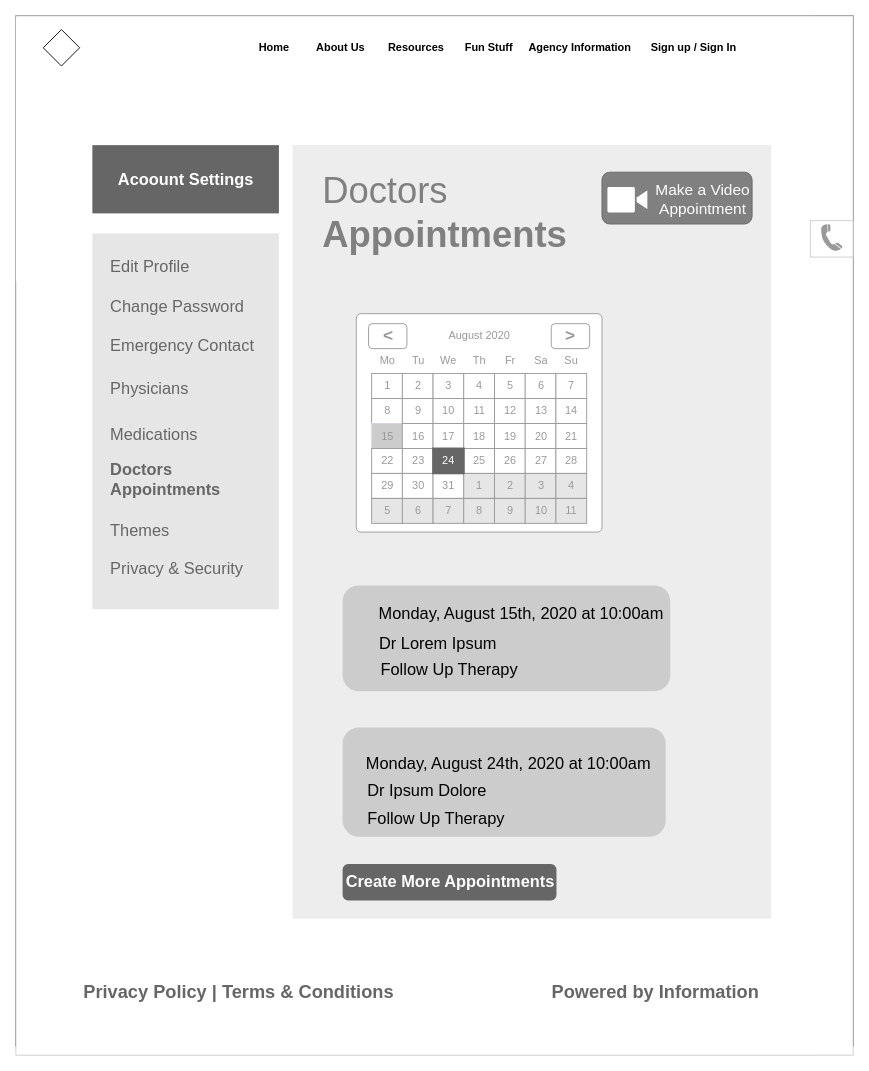
The draw.io diagram page "Page-3" (3 of 4) of CreateAcct.drawio in opeyemi-jonah/Ace-challenge, before the edit. Source tidied: cells renumbered, new cells numbered last; positions are measured from the earlier drawing's top-left corner, leaving out a move shared by most shapes. Both pictures are drawn from the tidied source at 91%, with x=0, y=0 at pixel (15, 15).
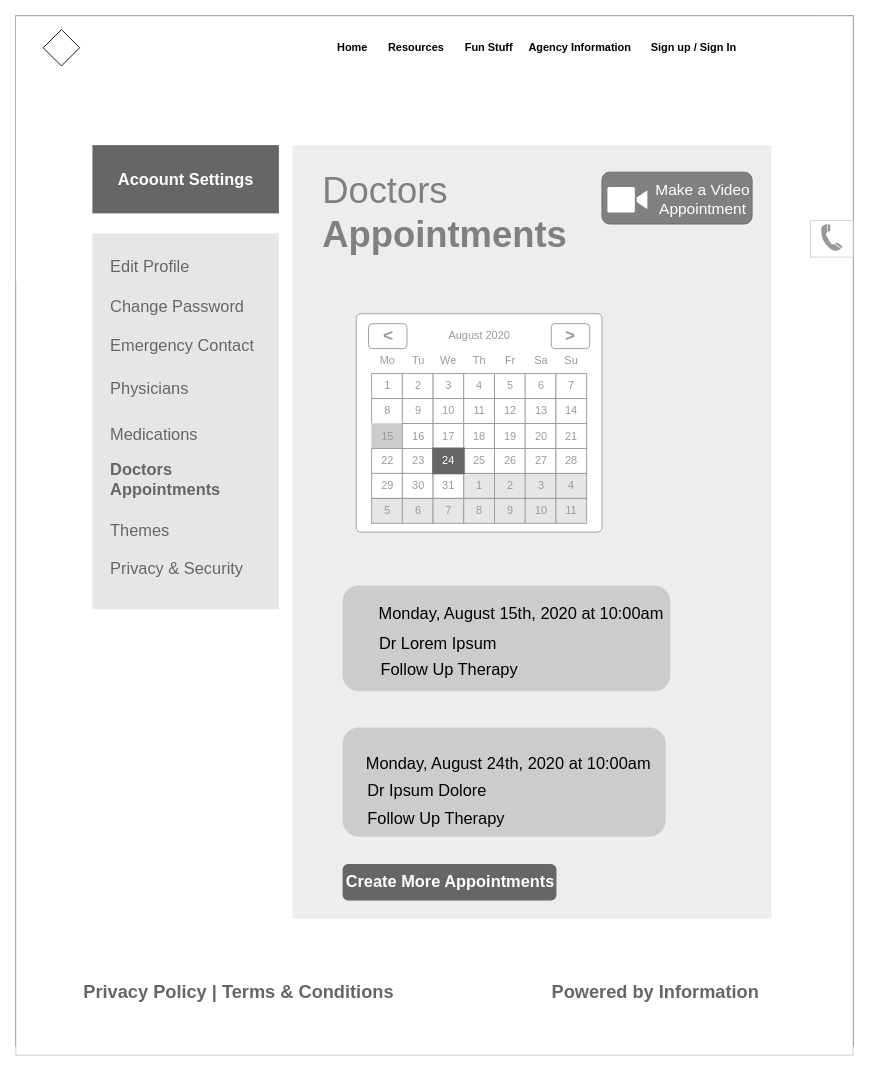
The same page after the edit.

Commit message:
removed about us from navbar

The change refers to these unchanged cells:
```xml
<mxCell id="7" style="group;fontStyle=1;" parent="1" vertex="1">
  <mxGeometry x="310" y="25" width="420" height="20" as="geometry" />
</mxCell>
```

What changed in the source:
```diff
@@
-    <mxCell id="8" value="&lt;b&gt;About Us&lt;/b&gt;" style="text;html=1;strokeColor=none;fillColor=none;align=center;verticalAlign=middle;whiteSpace=wrap;rounded=0;" parent="7" vertex="1">
-      <mxGeometry x="17" width="60" height="20" as="geometry" />
-    </mxCell>
@@
     <mxCell id="92" value="&lt;b&gt;Home&lt;/b&gt;" style="text;html=1;strokeColor=none;fillColor=none;align=center;verticalAlign=middle;whiteSpace=wrap;rounded=0;" parent="1" vertex="1">
-      <mxGeometry x="264" y="25" width="40" height="20" as="geometry" />
+      <mxGeometry x="350" y="25" width="40" height="20" as="geometry" />
     </mxCell>
```
